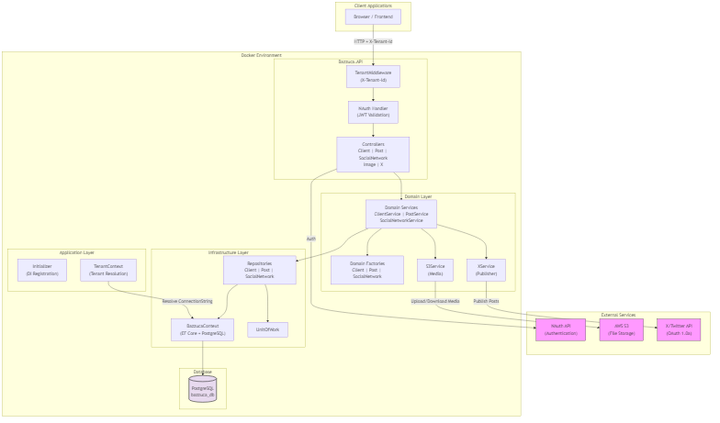
Before: docs/system-design.png, a diagram exported from Mermaid (emaginebr/BazzucaMedia). Its source is kept beside it as docs/system-design.mmd. The source it was exported from:
```mermaid
flowchart TD
    subgraph External["External Services"]
        NAuth["NAuth API\n(Authentication)"]
        S3["AWS S3\n(File Storage)"]
        XApi["X/Twitter API\n(OAuth 1.0a)"]
    end

    subgraph Client["Client Applications"]
        Browser["Browser / Frontend"]
    end

    subgraph Docker["Docker Environment"]
        subgraph API["Bazzuca.API"]
            TenantMW["TenantMiddleware\n(X-Tenant-Id)"]
            AuthMW["NAuth Handler\n(JWT Validation)"]
            Controllers["Controllers\nClient | Post | SocialNetwork\nImage | X"]
        end

        subgraph App["Application Layer"]
            Initializer["Initializer\n(DI Registration)"]
            TenantCtx["TenantContext\n(Tenant Resolution)"]
        end

        subgraph Domain["Domain Layer"]
            Services["Domain Services\nClientService | PostService\nSocialNetworkService"]
            Factories["Domain Factories\nClient | Post | SocialNetwork"]
            XService["XService\n(Publisher)"]
            S3Service["S3Service\n(Media)"]
        end

        subgraph Infra["Infrastructure Layer"]
            Context["BazzucaContext\n(EF Core + PostgreSQL)"]
            Repos["Repositories\nClient | Post | SocialNetwork"]
            UoW["UnitOfWork"]
        end

        subgraph DB["Database"]
            PG_Bazzuca[("PostgreSQL\nbazzuca_db")]
        end
    end

    Browser -->|"HTTP + X-Tenant-Id"| TenantMW
    TenantMW --> AuthMW
    AuthMW --> Controllers
    Controllers --> Services
    Services --> Factories
    Services --> Repos
    Repos --> Context
    Context --> PG_Bazzuca
    Repos --> UoW

    Controllers -->|"Auth"| NAuth
    XService -->|"Publish Posts"| XApi
    S3Service -->|"Upload/Download Media"| S3
    Services --> XService
    Services --> S3Service
    TenantCtx -->|"Resolve ConnectionString"| Context

    classDef external fill:#f9f,stroke:#333,stroke-width:1px
    classDef database fill:#e8daef,stroke:#333,stroke-width:2px
    class NAuth,S3,XApi external
    class PG_Bazzuca database
```
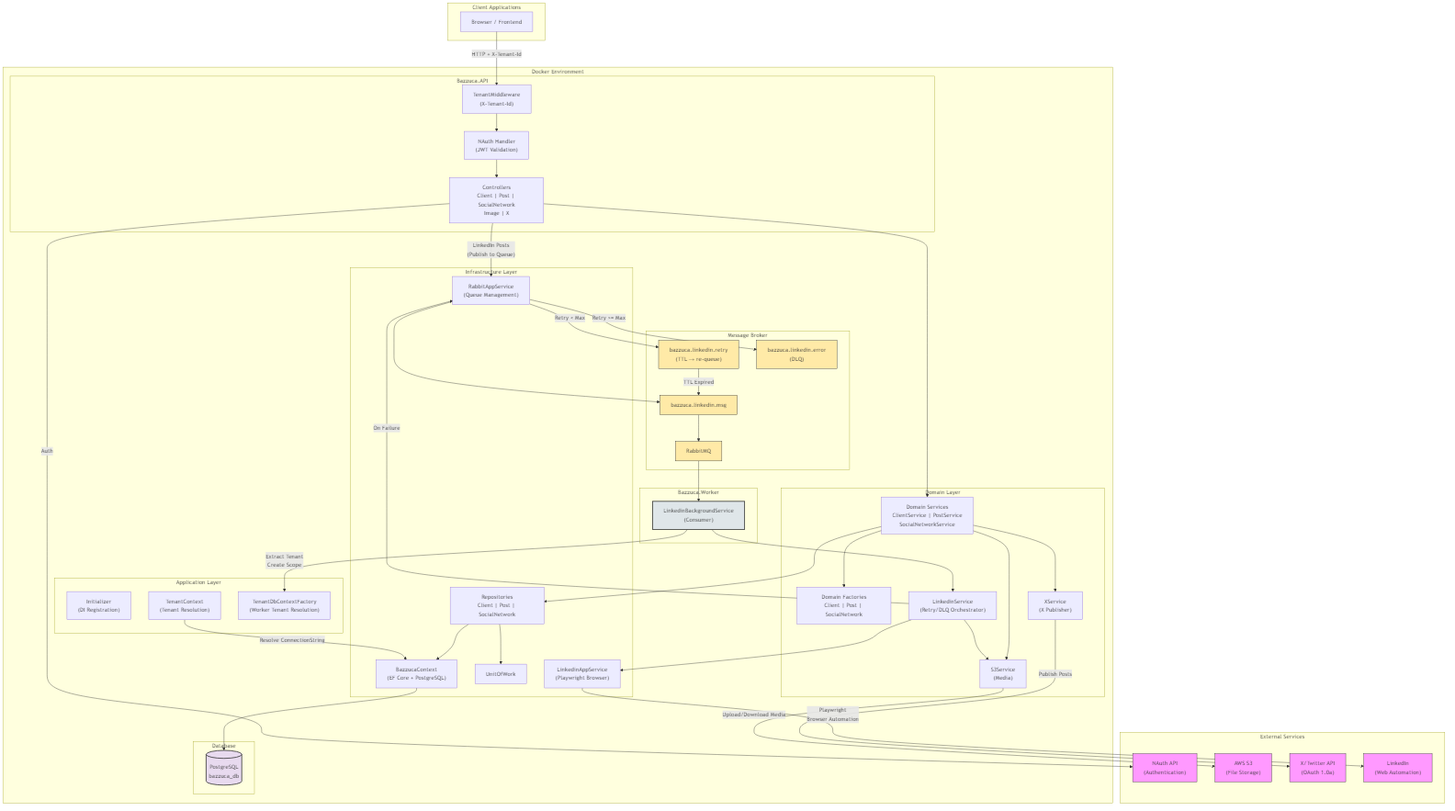
The same file after the commit.

Diff of the diagram source:
```diff
@@ -3,6 +3,7 @@
         NAuth["NAuth API\n(Authentication)"]
         S3["AWS S3\n(File Storage)"]
         XApi["X/Twitter API\n(OAuth 1.0a)"]
+        LinkedIn["LinkedIn\n(Web Automation)"]
     end
 
     subgraph Client["Client Applications"]
@@ -19,12 +20,14 @@
         subgraph App["Application Layer"]
             Initializer["Initializer\n(DI Registration)"]
             TenantCtx["TenantContext\n(Tenant Resolution)"]
+            TenantFactory["TenantDbContextFactory\n(Worker Tenant Resolution)"]
         end
 
         subgraph Domain["Domain Layer"]
             Services["Domain Services\nClientService | PostService\nSocialNetworkService"]
             Factories["Domain Factories\nClient | Post | SocialNetwork"]
-            XService["XService\n(Publisher)"]
+            XService["XService\n(X Publisher)"]
+            LinkedinSvc["LinkedinService\n(Retry/DLQ Orchestrator)"]
             S3Service["S3Service\n(Media)"]
         end
 
@@ -32,6 +35,19 @@
             Context["BazzucaContext\n(EF Core + PostgreSQL)"]
             Repos["Repositories\nClient | Post | SocialNetwork"]
             UoW["UnitOfWork"]
+            RabbitSvc["RabbitAppService\n(Queue Management)"]
+            LinkedinApp["LinkedinAppService\n(Playwright Browser)"]
+        end
+
+        subgraph MQ["Message Broker"]
+            RabbitMQ["RabbitMQ"]
+            MsgQueue["bazzuca.linkedin.msg"]
+            RetryQueue["bazzuca.linkedin.retry\n(TTL → re-queue)"]
+            ErrorQueue["bazzuca.linkedin.error\n(DLQ)"]
+        end
+
+        subgraph Worker["Bazzuca.Worker"]
+            LinkedinBG["LinkedinBackgroundService\n(Consumer)"]
         end
 
         subgraph DB["Database"]
@@ -56,7 +72,25 @@
     Services --> S3Service
     TenantCtx -->|"Resolve ConnectionString"| Context
 
+    Controllers -->|"LinkedIn Posts\n(Publish to Queue)"| RabbitSvc
+    RabbitSvc --> MsgQueue
+    MsgQueue --> RabbitMQ
+    RabbitMQ --> LinkedinBG
+    LinkedinBG -->|"Extract Tenant\nCreate Scope"| TenantFactory
+    LinkedinBG --> LinkedinSvc
+    LinkedinSvc --> LinkedinApp
+    LinkedinApp -->|"Playwright\nBrowser Automation"| LinkedIn
+    LinkedinSvc -->|"On Failure"| RabbitSvc
+    RabbitSvc -->|"Retry < Max"| RetryQueue
+    RetryQueue -->|"TTL Expired"| MsgQueue
+    RabbitSvc -->|"Retry >= Max"| ErrorQueue
+    LinkedinSvc --> S3Service
+
     classDef external fill:#f9f,stroke:#333,stroke-width:1px
     classDef database fill:#e8daef,stroke:#333,stroke-width:2px
-    class NAuth,S3,XApi external
+    classDef queue fill:#ffeaa7,stroke:#333,stroke-width:1px
+    classDef worker fill:#dfe6e9,stroke:#333,stroke-width:2px
+    class NAuth,S3,XApi,LinkedIn external
     class PG_Bazzuca database
+    class MsgQueue,RetryQueue,ErrorQueue,RabbitMQ queue
+    class LinkedinBG worker
```
